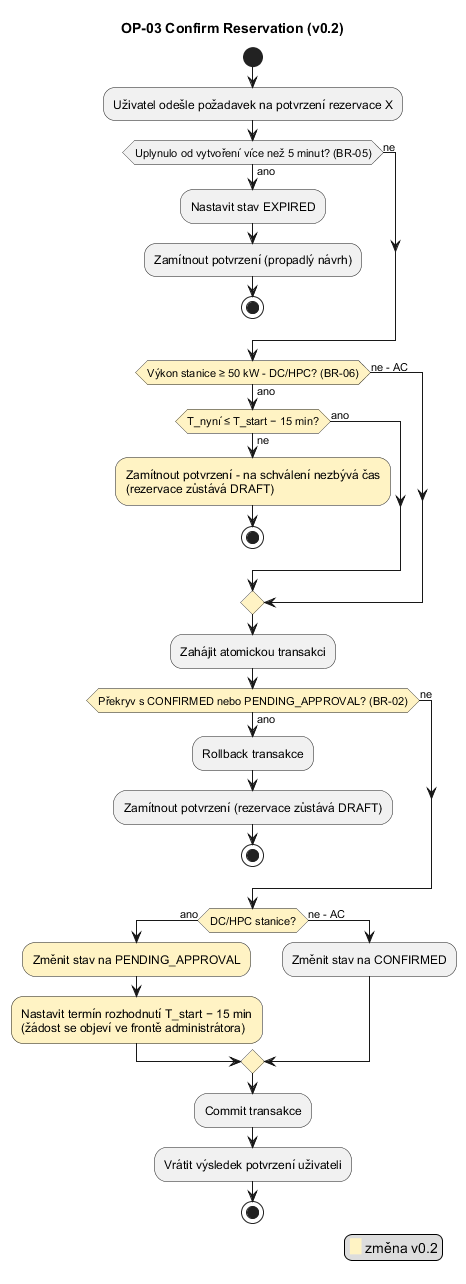
Earlier version of the PlantUML export docs/diagrams/act_op03_v02.png (Gangyss67/SWI_Charger_stations). Its diagram source:
```plantuml
@startuml
skinparam defaultFontName Arial
title OP-03 Confirm Reservation (v0.2)
start
:Uživatel odešle požadavek na potvrzení rezervace X;
if (Uplynulo od vytvoření více než 5 minut? (BR-05)) then (ano)
  :Nastavit stav EXPIRED;
  :Zamítnout potvrzení (propadlý návrh);
  stop
else (ne)
endif
#FFF3C4:if (Výkon stanice ≥ 50 kW - DC/HPC? (BR-06)) then (ano)
  #FFF3C4:if (T_nyní ≤ T_start − 15 min?) then (ne)
    #FFF3C4:Zamítnout potvrzení - na schválení nezbývá čas
    (rezervace zůstává DRAFT);
    stop
  else (ano)
  endif
else (ne - AC)
endif
:Zahájit atomickou transakci;
#FFF3C4:if (Překryv s CONFIRMED nebo PENDING_APPROVAL? (BR-02)) then (ano)
  :Rollback transakce;
  :Zamítnout potvrzení (rezervace zůstává DRAFT);
  stop
else (ne)
endif
#FFF3C4:if (DC/HPC stanice?) then (ano)
  #FFF3C4:Změnit stav na PENDING_APPROVAL;
  #FFF3C4:Nastavit termín rozhodnutí T_start − 15 min
  (žádost se objeví ve frontě administrátora);
else (ne - AC)
  :Změnit stav na CONFIRMED;
endif
:Commit transakce;
:Vrátit výsledek potvrzení uživateli;
stop
legend right
  <back:#FFF3C4>   </back> změna v0.2
endlegend
@enduml
```
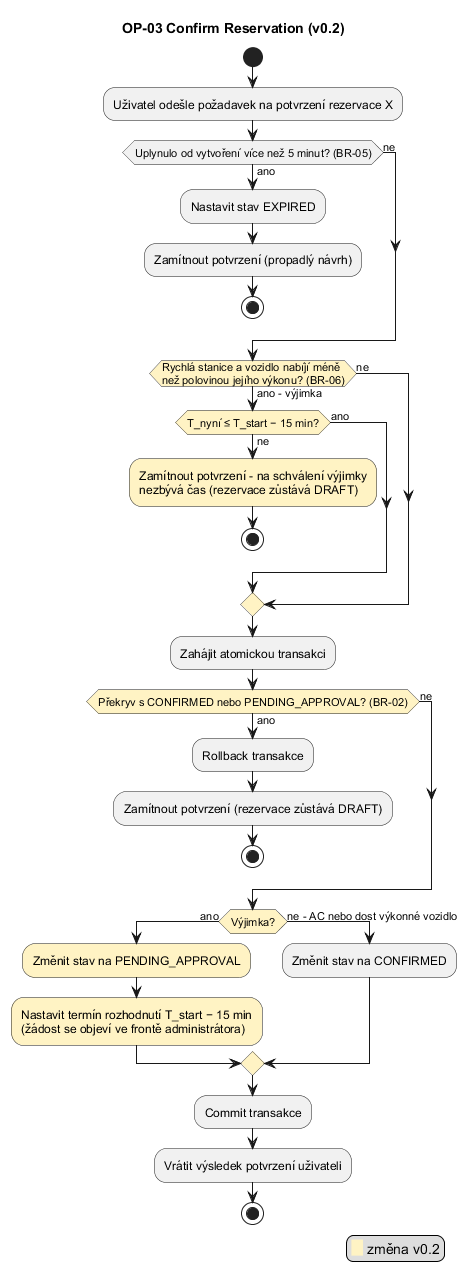
After the change.

The edit, as a diff of the source:
```diff
@@ -9,14 +9,15 @@
   stop
 else (ne)
 endif
-#FFF3C4:if (Výkon stanice ≥ 50 kW - DC/HPC? (BR-06)) then (ano)
+#FFF3C4:if (Rychlá stanice a vozidlo nabíjí méně
+než polovinou jejího výkonu? (BR-06)) then (ano - výjimka)
   #FFF3C4:if (T_nyní ≤ T_start − 15 min?) then (ne)
-    #FFF3C4:Zamítnout potvrzení - na schválení nezbývá čas
-    (rezervace zůstává DRAFT);
+    #FFF3C4:Zamítnout potvrzení - na schválení výjimky
+    nezbývá čas (rezervace zůstává DRAFT);
     stop
   else (ano)
   endif
-else (ne - AC)
+else (ne)
 endif
 :Zahájit atomickou transakci;
 #FFF3C4:if (Překryv s CONFIRMED nebo PENDING_APPROVAL? (BR-02)) then (ano)
@@ -25,11 +26,11 @@
   stop
 else (ne)
 endif
-#FFF3C4:if (DC/HPC stanice?) then (ano)
+#FFF3C4:if (Výjimka?) then (ano)
   #FFF3C4:Změnit stav na PENDING_APPROVAL;
   #FFF3C4:Nastavit termín rozhodnutí T_start − 15 min
   (žádost se objeví ve frontě administrátora);
-else (ne - AC)
+else (ne - AC nebo dost výkonné vozidlo)
   :Změnit stav na CONFIRMED;
 endif
 :Commit transakce;
```
